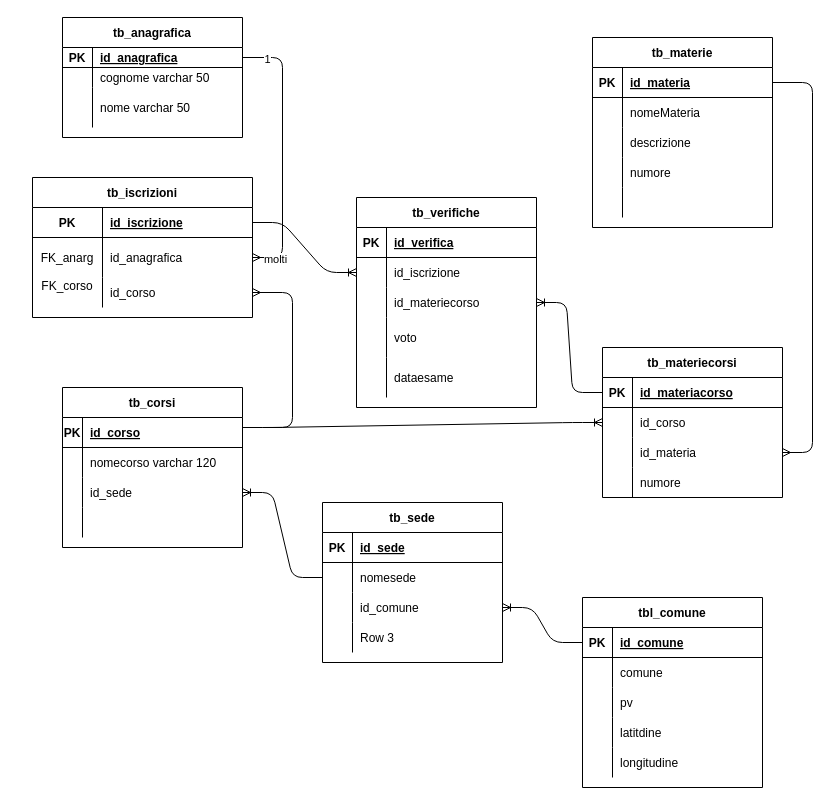
andreabesso/andreabesso keeps this draw.io diagram as Untitled Diagram.drawio. Above is the earlier version. Source tidied: cells renumbered, new cells numbered last; positions are measured from the earlier drawing's top-left corner, leaving out a move shared by most shapes. Both pictures are drawn from the tidied source at 100%, with x=0, y=0 at pixel (32, 17).
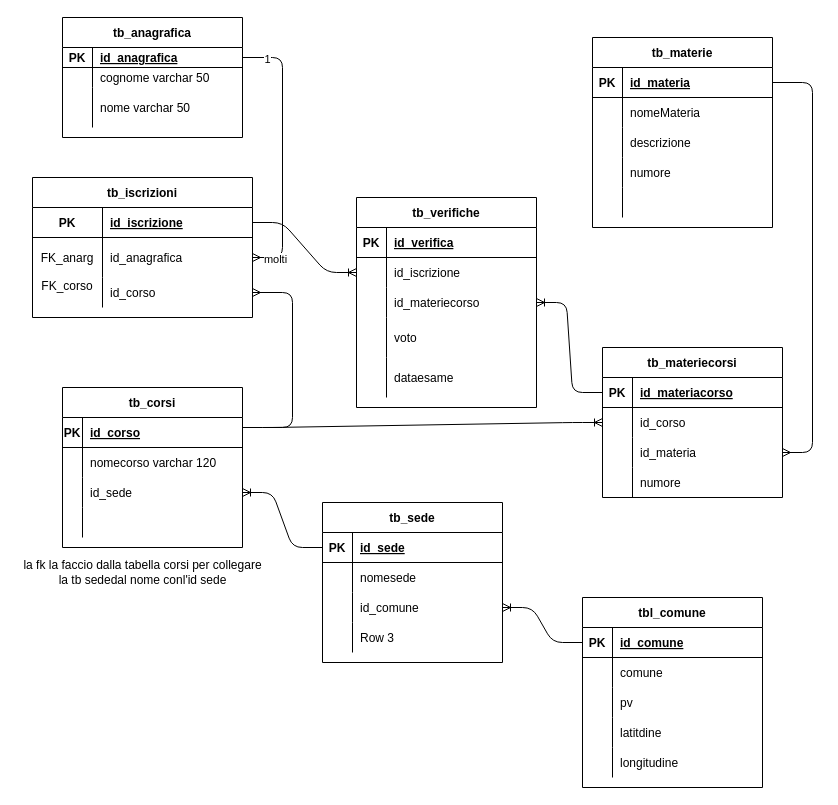
Above is the later version.

Unchanged cells that the change refers to:
```xml
<mxCell id="40" style="shape=partialRectangle;fillColor=none;top=0;left=0;bottom=1;right=0;points=[[0,0.5],[1,0.5]];portConstraint=eastwest;" parent="39" vertex="1">
  <mxGeometry y="30" width="180" height="30" as="geometry" />
</mxCell>
<mxCell id="43" style="shape=partialRectangle;fillColor=none;top=0;left=0;bottom=0;right=0;points=[[0,0.5],[1,0.5]];portConstraint=eastwest;" parent="39" vertex="1">
  <mxGeometry y="60" width="180" height="30" as="geometry" />
</mxCell>
<mxCell id="59" style="shape=partialRectangle;fillColor=none;top=0;left=0;bottom=0;right=0;points=[[0,0.5],[1,0.5]];portConstraint=eastwest;" parent="52" vertex="1">
  <mxGeometry y="90" width="180" height="30" as="geometry" />
</mxCell>
```

Diff of the diagram source:
```diff
@@
-    <mxCell id="66" style="edgeStyle=entityRelationEdgeStyle;fontSize=12;html=1;endArrow=ERoneToMany;exitX=0;exitY=0.5;exitDx=0;exitDy=0;entryX=1;entryY=0.5;entryDx=0;entryDy=0;" parent="1" edge="1" source="43" target="59">
+    <mxCell id="66" style="edgeStyle=entityRelationEdgeStyle;fontSize=12;html=1;endArrow=ERoneToMany;exitX=0;exitY=0.5;exitDx=0;exitDy=0;entryX=1;entryY=0.5;entryDx=0;entryDy=0;" parent="1" edge="1" source="40" target="59">
       <mxGeometry relative="1" as="geometry" />
     </mxCell>
@@
+    <mxCell id="119" value="la fk la faccio dalla tabella corsi per collegare&lt;br&gt;la tb sededal nome conl'id sede&lt;br&gt;" style="text;html=1;align=center;verticalAlign=middle;" parent="1" vertex="1">
+      <mxGeometry x="-15" y="540" width="250" height="30" as="geometry" />
+    </mxCell>
```
